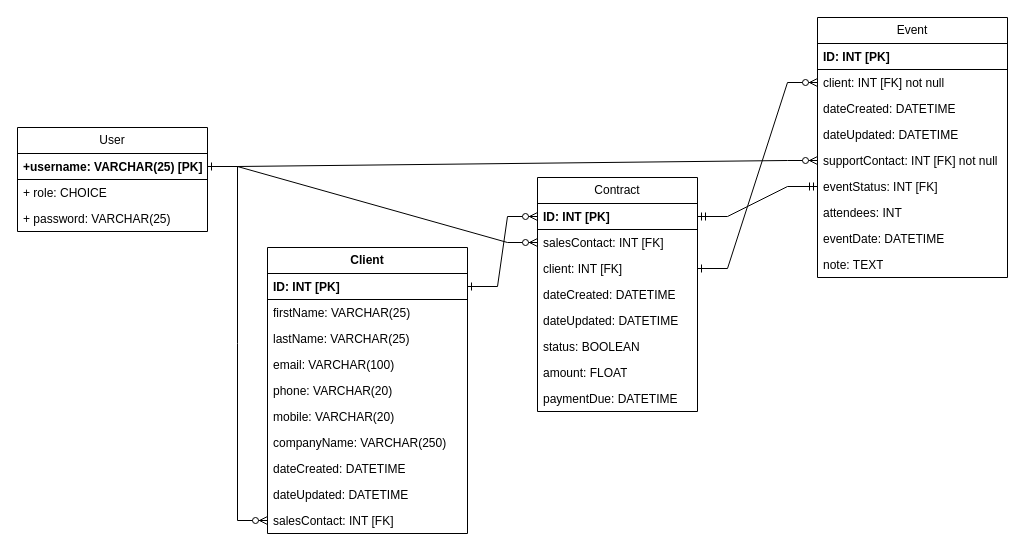
Above: Diagramme ER.drawio in gmaOCR/TP12 (draw.io), before the change. Source tidied: cells renumbered, new cells numbered last; positions are measured from the earlier drawing's top-left corner, leaving out a move shared by most shapes. Both pictures are drawn from the tidied source at 100%, with x=0, y=0 at pixel (17, 17).
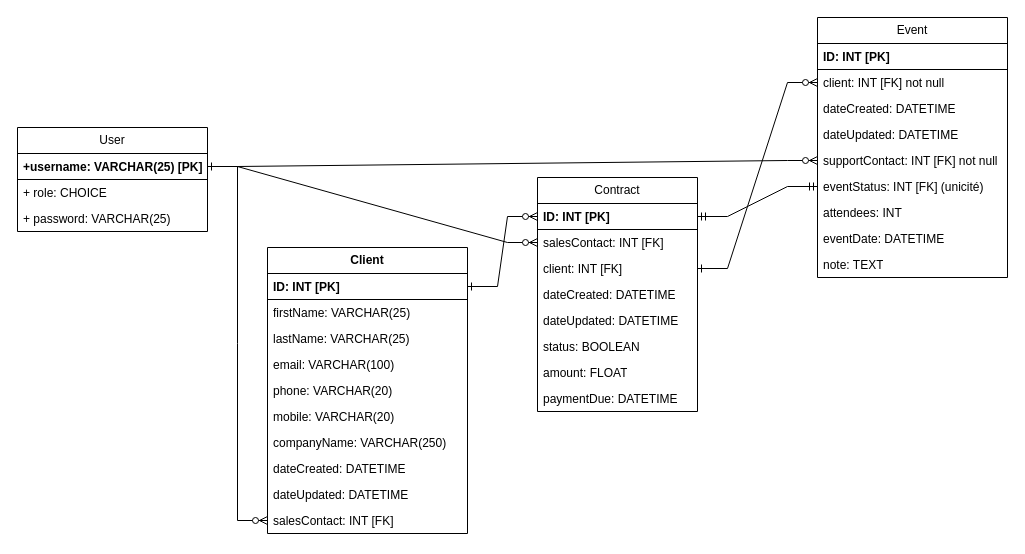
The same diagram, later.

Commit message:
Mettre à jour Diagramme ER.drawio

The change refers to these unchanged cells:
```xml
<mxCell id="2" value="Event" style="swimlane;fontStyle=0;horizontal=1;startSize=26;fillColor=none;whiteSpace=wrap;html=1;" parent="1" vertex="1">
  <mxGeometry x="800" width="190" height="260" as="geometry" />
</mxCell>
```

The edit, as a diff of the source:
```diff
@@
-    <mxCell id="8" value="eventStatus: INT [FK]" style="text;strokeColor=none;fillColor=none;align=left;verticalAlign=top;spacingLeft=4;spacingRight=4;overflow=hidden;points=[[0,0.5],[1,0.5]];portConstraint=eastwest;whiteSpace=wrap;html=1;" parent="2" vertex="1">
+    <mxCell id="8" value="eventStatus: INT [FK] (unicité)" style="text;strokeColor=none;fillColor=none;align=left;verticalAlign=top;spacingLeft=4;spacingRight=4;overflow=hidden;points=[[0,0.5],[1,0.5]];portConstraint=eastwest;whiteSpace=wrap;html=1;" parent="2" vertex="1">
       <mxGeometry y="156" width="190" height="26" as="geometry" />
     </mxCell>
```
